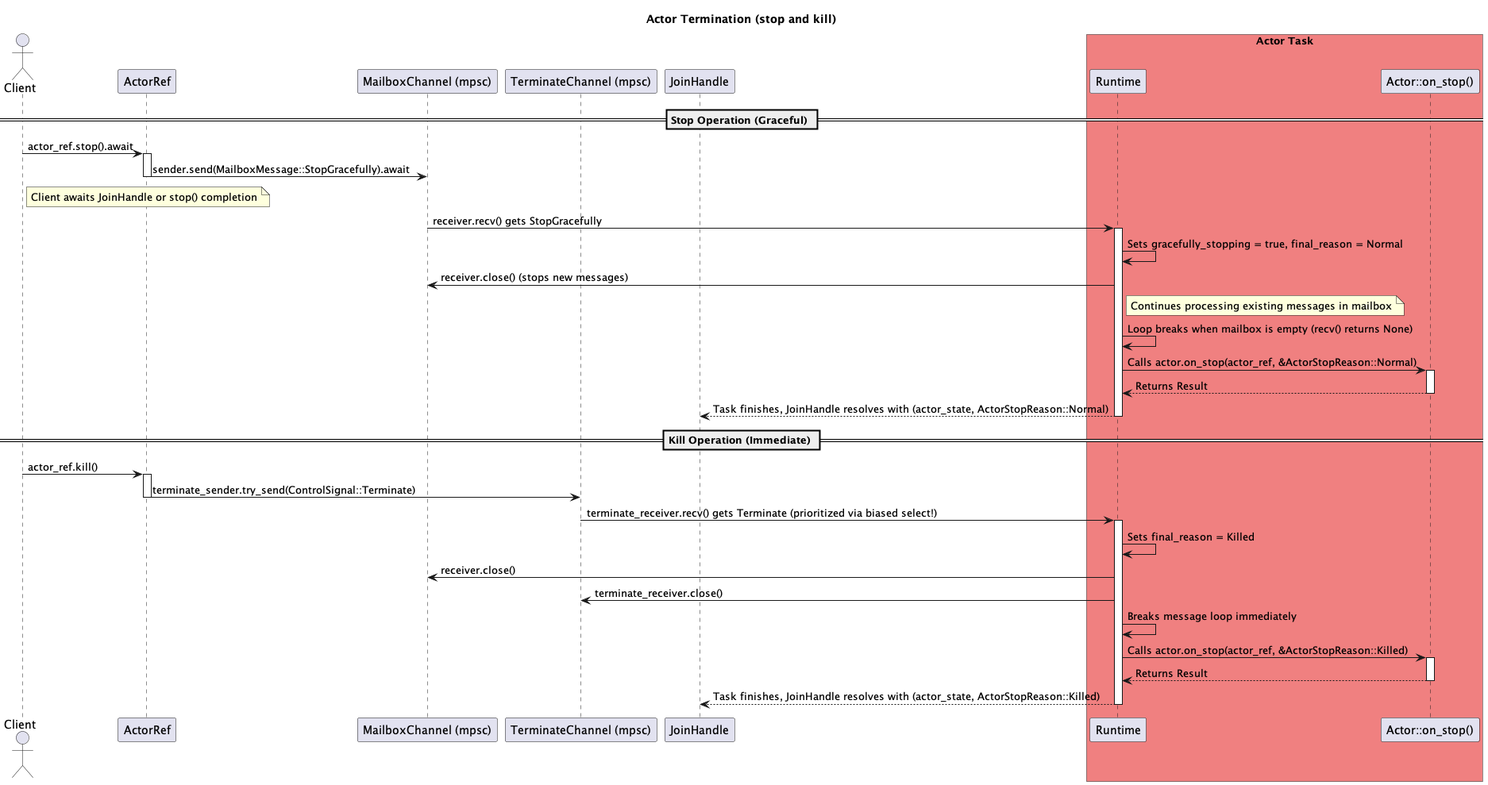
Earlier version of the PlantUML export docs/Actor Termination.png (hiking90/rsactor). The source it was exported from:
```plantuml
@startuml Actor Termination
title Actor Termination (stop and kill)

actor Client
participant "ActorRef" as ActorRef_obj
participant "MailboxChannel (mpsc)" as MailboxChannel
participant "TerminateChannel (mpsc)" as TerminateChannel
participant "Runtime" as Runtime_obj
participant "Actor::on_stop()" as on_stop_method
participant "JoinHandle" as JoinHandle_obj

box "Actor Task" #LightCoral
    participant Runtime_obj
    participant on_stop_method
end box

== Stop Operation (Graceful) ==
Client -> ActorRef_obj: actor_ref.stop().await
activate ActorRef_obj
ActorRef_obj -> MailboxChannel: sender.send(MailboxMessage::StopGracefully).await
deactivate ActorRef_obj
note right of Client: Client awaits JoinHandle or stop() completion

MailboxChannel -> Runtime_obj: receiver.recv() gets StopGracefully
activate Runtime_obj
Runtime_obj -> Runtime_obj: Sets gracefully_stopping = true, final_reason = Normal
Runtime_obj -> MailboxChannel: receiver.close() (stops new messages)
note right of Runtime_obj: Continues processing existing messages in mailbox
Runtime_obj -> Runtime_obj: Loop breaks when mailbox is empty (recv() returns None)

Runtime_obj -> on_stop_method: Calls actor.on_stop(actor_ref, &ActorStopReason::Normal)
activate on_stop_method
on_stop_method --> Runtime_obj: Returns Result
deactivate on_stop_method
Runtime_obj --> JoinHandle_obj: Task finishes, JoinHandle resolves with (actor_state, ActorStopReason::Normal)
deactivate Runtime_obj


== Kill Operation (Immediate) ==
Client -> ActorRef_obj: actor_ref.kill()
activate ActorRef_obj
ActorRef_obj -> TerminateChannel: terminate_sender.try_send(ControlSignal::Terminate)
deactivate ActorRef_obj

TerminateChannel -> Runtime_obj: terminate_receiver.recv() gets Terminate (prioritized via biased select!)
activate Runtime_obj
Runtime_obj -> Runtime_obj: Sets final_reason = Killed
Runtime_obj -> MailboxChannel: receiver.close()
Runtime_obj -> TerminateChannel: terminate_receiver.close()
Runtime_obj -> Runtime_obj: Breaks message loop immediately

Runtime_obj -> on_stop_method: Calls actor.on_stop(actor_ref, &ActorStopReason::Killed)
activate on_stop_method
on_stop_method --> Runtime_obj: Returns Result
deactivate on_stop_method
Runtime_obj --> JoinHandle_obj: Task finishes, JoinHandle resolves with (actor_state, ActorStopReason::Killed)
deactivate Runtime_obj

@enduml
```
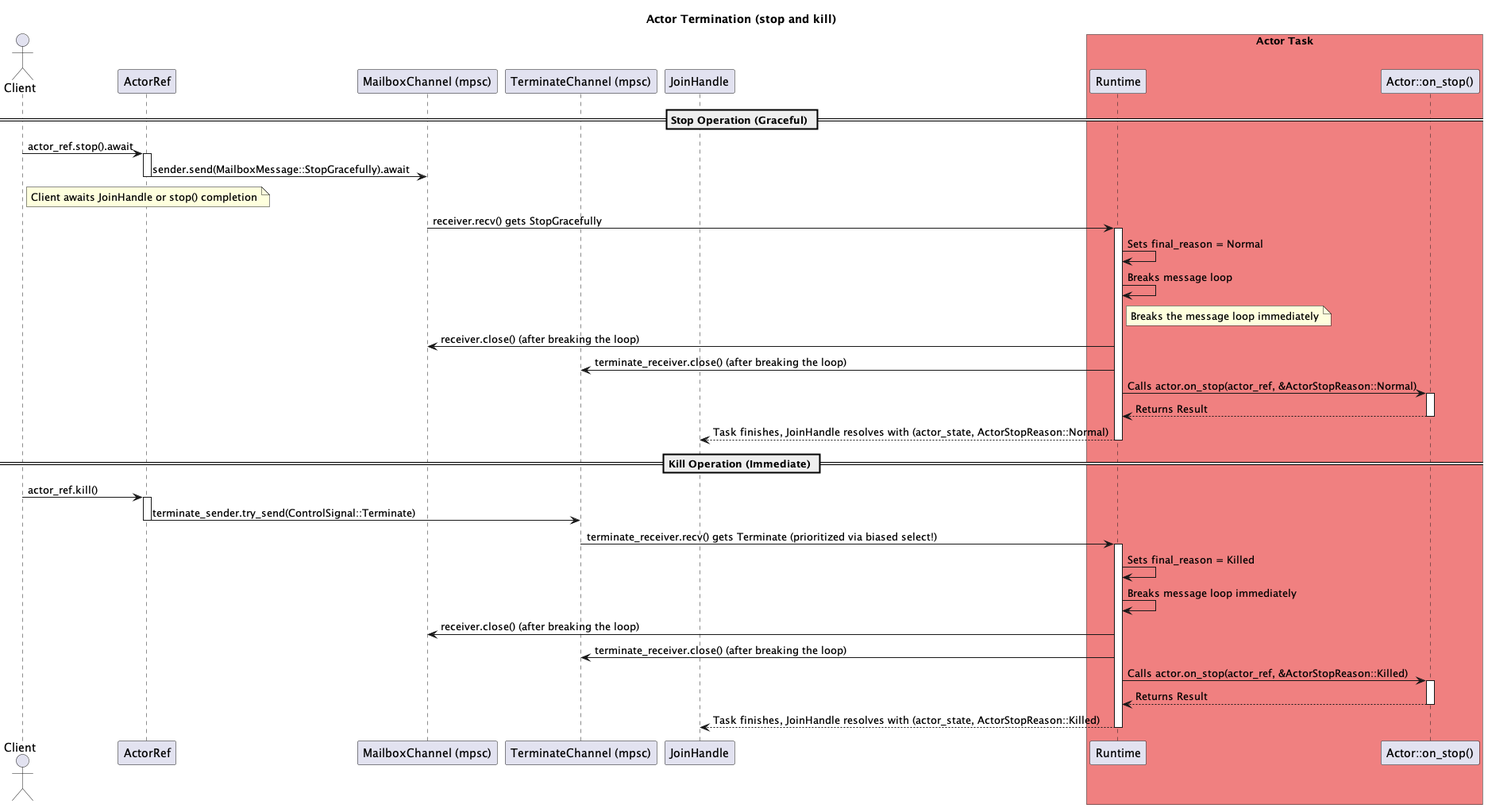
The same file after the commit.

What changed in the source:
```diff
@@ -23,10 +23,11 @@
 
 MailboxChannel -> Runtime_obj: receiver.recv() gets StopGracefully
 activate Runtime_obj
-Runtime_obj -> Runtime_obj: Sets gracefully_stopping = true, final_reason = Normal
-Runtime_obj -> MailboxChannel: receiver.close() (stops new messages)
-note right of Runtime_obj: Continues processing existing messages in mailbox
-Runtime_obj -> Runtime_obj: Loop breaks when mailbox is empty (recv() returns None)
+Runtime_obj -> Runtime_obj: Sets final_reason = Normal
+Runtime_obj -> Runtime_obj: Breaks message loop
+note right of Runtime_obj: Breaks the message loop immediately
+Runtime_obj -> MailboxChannel: receiver.close() (after breaking the loop)
+Runtime_obj -> TerminateChannel: terminate_receiver.close() (after breaking the loop)
 
 Runtime_obj -> on_stop_method: Calls actor.on_stop(actor_ref, &ActorStopReason::Normal)
 activate on_stop_method
@@ -45,9 +46,9 @@
 TerminateChannel -> Runtime_obj: terminate_receiver.recv() gets Terminate (prioritized via biased select!)
 activate Runtime_obj
 Runtime_obj -> Runtime_obj: Sets final_reason = Killed
-Runtime_obj -> MailboxChannel: receiver.close()
-Runtime_obj -> TerminateChannel: terminate_receiver.close()
 Runtime_obj -> Runtime_obj: Breaks message loop immediately
+Runtime_obj -> MailboxChannel: receiver.close() (after breaking the loop)
+Runtime_obj -> TerminateChannel: terminate_receiver.close() (after breaking the loop)
 
 Runtime_obj -> on_stop_method: Calls actor.on_stop(actor_ref, &ActorStopReason::Killed)
 activate on_stop_method
```
